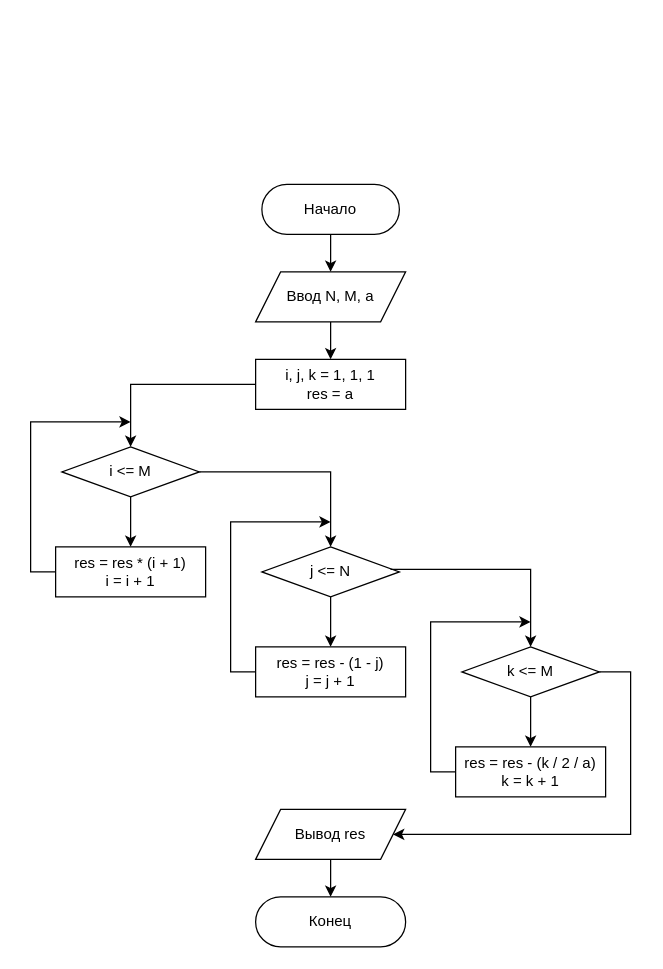
Before: Semester-2/Программирование (15)/Отчёты/3.1-while.drawio in JustyDev/University, a draw.io diagram. Source tidied: cells renumbered, new cells numbered last; positions are measured from the earlier drawing's top-left corner, leaving out a move shared by most shapes. Both pictures are drawn from the tidied source at 125%, with x=0, y=0 at pixel (30, 184).
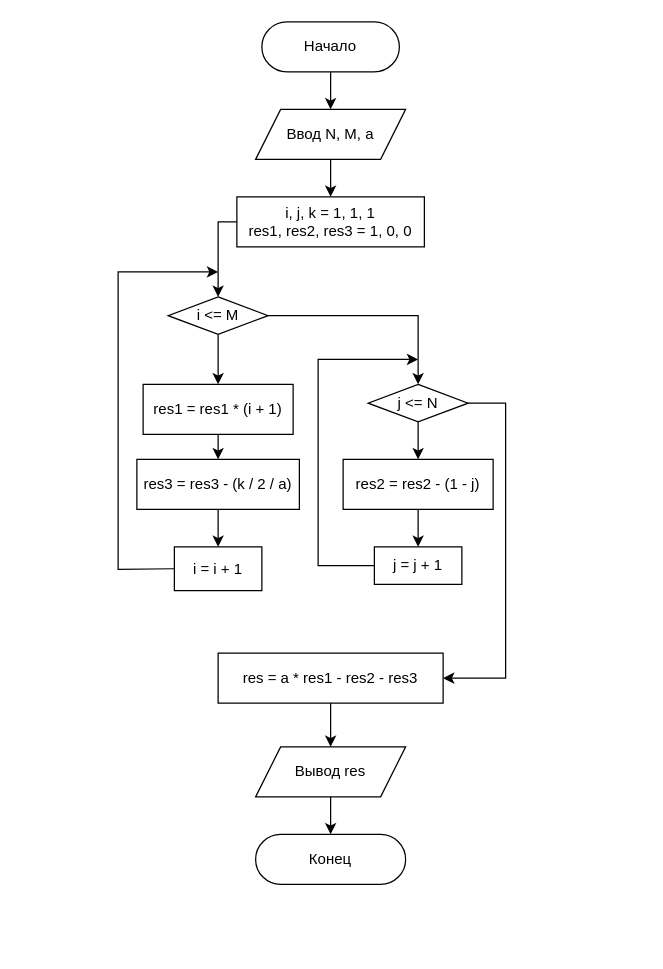
After the change.

What changed in the source:
```diff
@@
     <mxCell id="2" value="Начало" style="rounded=1;whiteSpace=wrap;html=1;arcSize=50;" parent="1" vertex="1">
-      <mxGeometry x="185" width="110" height="40" as="geometry" />
+      <mxGeometry x="185" y="-130" width="110" height="40" as="geometry" />
     </mxCell>
     <mxCell id="3" value="Ввод N, M, a" style="shape=parallelogram;perimeter=parallelogramPerimeter;whiteSpace=wrap;html=1;fixedSize=1;" parent="1" vertex="1">
-      <mxGeometry x="180" y="70" width="120" height="40" as="geometry" />
+      <mxGeometry x="180" y="-60" width="120" height="40" as="geometry" />
     </mxCell>
+    <mxCell id="26" style="endArrow=classic;html=1;rounded=0;exitX=0.5;exitY=1;exitDx=0;exitDy=0;entryX=0.5;entryY=0;entryDx=0;entryDy=0;" parent="1" edge="1" target="28">
+      <mxGeometry relative="1" as="geometry">
+        <mxPoint x="150" y="120" as="sourcePoint" />
+      </mxGeometry>
+    </mxCell>
+    <mxCell id="27" value="i, j, k = 1, 1, 1&lt;div&gt;res1, res2, res3 = 1, 0, 0&lt;/div&gt;" style="rounded=0;whiteSpace=wrap;html=1;" parent="1" vertex="1">
+      <mxGeometry x="165" y="10" width="150" height="40" as="geometry" />
+    </mxCell>
+    <mxCell id="28" value="res1 = res1 * (i + 1)" style="rounded=0;whiteSpace=wrap;html=1;" parent="1" vertex="1">
+      <mxGeometry x="90" y="160" width="120" height="40" as="geometry" />
+    </mxCell>
+    <mxCell id="29" style="endArrow=classic;html=1;rounded=0;exitX=0.5;exitY=1;exitDx=0;exitDy=0;" parent="1" edge="1" source="28">
+      <mxGeometry relative="1" as="geometry">
+        <mxPoint x="150" y="220" as="targetPoint" />
+      </mxGeometry>
+    </mxCell>
+    <mxCell id="30" style="endArrow=classic;html=1;rounded=0;exitX=0;exitY=0.5;exitDx=0;exitDy=0;" parent="1" edge="1" source="43">
+      <mxGeometry relative="1" as="geometry">
+        <mxPoint x="150" y="70" as="targetPoint" />
+        <Array as="points">
+          <mxPoint x="70" y="308" />
+          <mxPoint x="70" y="70" />
+        </Array>
+      </mxGeometry>
+    </mxCell>
+    <mxCell id="9" style="endArrow=classic;html=1;rounded=0;exitX=0.5;exitY=1;exitDx=0;exitDy=0;entryX=0.5;entryY=0;entryDx=0;entryDy=0;" parent="1" edge="1" source="2" target="3">
+      <mxGeometry relative="1" as="geometry" />
+    </mxCell>
+    <mxCell id="31" style="endArrow=classic;html=1;rounded=0;exitX=0.5;exitY=1;exitDx=0;exitDy=0;entryX=0.5;entryY=0;entryDx=0;entryDy=0;" parent="1" edge="1" source="3" target="27">
+      <mxGeometry relative="1" as="geometry" />
+    </mxCell>
+    <mxCell id="32" style="endArrow=classic;html=1;rounded=0;exitX=0;exitY=0.5;exitDx=0;exitDy=0;entryX=0.5;entryY=0;entryDx=0;entryDy=0;" parent="1" edge="1" source="27" target="4">
+      <mxGeometry relative="1" as="geometry">
+        <Array as="points">
+          <mxPoint x="150" y="30" />
+        </Array>
+      </mxGeometry>
+    </mxCell>
+    <mxCell id="33" style="endArrow=classic;html=1;rounded=0;entryX=0.5;entryY=0;entryDx=0;entryDy=0;exitX=0.5;exitY=1;exitDx=0;exitDy=0;" parent="1" edge="1" source="12" target="34">
+      <mxGeometry relative="1" as="geometry" />
+    </mxCell>
+    <mxCell id="34" value="res2 = res2 - (1 - j)" style="rounded=0;whiteSpace=wrap;html=1;" parent="1" vertex="1">
+      <mxGeometry x="250" y="220" width="120" height="40" as="geometry" />
+    </mxCell>
+    <mxCell id="16" style="endArrow=classic;html=1;rounded=0;exitX=1;exitY=0.5;exitDx=0;exitDy=0;entryX=0.5;entryY=0;entryDx=0;entryDy=0;" parent="1" edge="1" source="4" target="12">
+      <mxGeometry relative="1" as="geometry">
+        <Array as="points">
+          <mxPoint x="310" y="105" />
+        </Array>
+      </mxGeometry>
+    </mxCell>
+    <mxCell id="35" style="endArrow=classic;html=1;rounded=0;exitX=1;exitY=0.5;exitDx=0;exitDy=0;entryX=1;entryY=0.5;entryDx=0;entryDy=0;" parent="1" edge="1" source="12" target="41">
+      <mxGeometry relative="1" as="geometry">
+        <Array as="points">
+          <mxPoint x="380" y="175" />
+          <mxPoint x="380" y="395" />
+        </Array>
+      </mxGeometry>
+    </mxCell>
+    <mxCell id="23" value="Вывод res" style="shape=parallelogram;perimeter=parallelogramPerimeter;whiteSpace=wrap;html=1;fixedSize=1;" parent="1" vertex="1">
+      <mxGeometry x="180" y="450" width="120" height="40" as="geometry" />
+    </mxCell>
+    <mxCell id="36" style="endArrow=classic;html=1;rounded=0;exitX=0.5;exitY=1;exitDx=0;exitDy=0;" parent="1" edge="1" source="23">
+      <mxGeometry relative="1" as="geometry">
+        <mxPoint x="240" y="520" as="targetPoint" />
+      </mxGeometry>
+    </mxCell>
+    <mxCell id="25" value="Конец" style="rounded=1;whiteSpace=wrap;html=1;arcSize=50;" parent="1" vertex="1">
+      <mxGeometry x="180" y="520" width="120" height="40" as="geometry" />
+    </mxCell>
+    <mxCell id="37" style="endArrow=classic;html=1;rounded=0;exitX=0.5;exitY=1;exitDx=0;exitDy=0;" parent="1" edge="1" source="34">
+      <mxGeometry relative="1" as="geometry">
+        <mxPoint x="310" y="290" as="targetPoint" />
+      </mxGeometry>
+    </mxCell>
+    <mxCell id="38" style="endArrow=classic;html=1;rounded=0;exitX=0;exitY=0.5;exitDx=0;exitDy=0;" parent="1" edge="1" source="44">
+      <mxGeometry relative="1" as="geometry">
+        <mxPoint x="310" y="140" as="targetPoint" />
+        <Array as="points">
+          <mxPoint x="230" y="305" />
+          <mxPoint x="230" y="140" />
+        </Array>
+      </mxGeometry>
+    </mxCell>
+    <mxCell id="39" value="res3 = res3 - (k / 2 / a)" style="rounded=0;whiteSpace=wrap;html=1;" parent="1" vertex="1">
+      <mxGeometry x="85" y="220" width="130" height="40" as="geometry" />
+    </mxCell>
+    <mxCell id="40" style="endArrow=classic;html=1;rounded=0;exitX=0.5;exitY=1;exitDx=0;exitDy=0;" parent="1" edge="1" source="39">
+      <mxGeometry relative="1" as="geometry">
+        <mxPoint x="150" y="290" as="targetPoint" />
+      </mxGeometry>
+    </mxCell>
+    <mxCell id="41" value="res = a * res1 - res2 - res3" style="rounded=0;whiteSpace=wrap;html=1;" parent="1" vertex="1">
+      <mxGeometry x="150" y="375" width="180" height="40" as="geometry" />
+    </mxCell>
+    <mxCell id="42" style="endArrow=classic;html=1;rounded=0;exitX=0.5;exitY=1;exitDx=0;exitDy=0;entryX=0.5;entryY=0;entryDx=0;entryDy=0;" parent="1" edge="1" source="41" target="23">
+      <mxGeometry relative="1" as="geometry" />
+    </mxCell>
     <mxCell id="4" value="i &amp;lt;= M" style="rhombus;whiteSpace=wrap;html=1;" parent="1" vertex="1">
-      <mxGeometry x="25" y="210" width="110" height="40" as="geometry" />
+      <mxGeometry x="110" y="90" width="80" height="30" as="geometry" />
     </mxCell>
-    <mxCell id="5" style="endArrow=classic;html=1;rounded=0;exitX=0.5;exitY=1;exitDx=0;exitDy=0;entryX=0.5;entryY=0;entryDx=0;entryDy=0;" parent="1" edge="1" source="4" target="7">
-      <mxGeometry relative="1" as="geometry" />
-    </mxCell>
-    <mxCell id="6" value="i, j, k = 1, 1, 1&lt;div&gt;res = a&lt;/div&gt;" style="rounded=0;whiteSpace=wrap;html=1;" parent="1" vertex="1">
-      <mxGeometry x="180" y="140" width="120" height="40" as="geometry" />
-    </mxCell>
-    <mxCell id="7" value="res = res * (i + 1)&lt;div&gt;i = i + 1&lt;/div&gt;" style="rounded=0;whiteSpace=wrap;html=1;" parent="1" vertex="1">
-      <mxGeometry x="20" y="290" width="120" height="40" as="geometry" />
-    </mxCell>
-    <mxCell id="8" style="endArrow=classic;html=1;rounded=0;exitX=0;exitY=0.5;exitDx=0;exitDy=0;" parent="1" edge="1" source="7">
-      <mxGeometry relative="1" as="geometry">
-        <mxPoint x="80" y="190" as="targetPoint" />
-        <Array as="points">
-          <mxPoint y="310" />
-          <mxPoint y="190" />
-        </Array>
-      </mxGeometry>
-    </mxCell>
-    <mxCell id="9" style="endArrow=classic;html=1;rounded=0;exitX=0.5;exitY=1;exitDx=0;exitDy=0;entryX=0.5;entryY=0;entryDx=0;entryDy=0;" parent="1" edge="1" source="2" target="3">
-      <mxGeometry relative="1" as="geometry" />
-    </mxCell>
-    <mxCell id="10" style="endArrow=classic;html=1;rounded=0;exitX=0.5;exitY=1;exitDx=0;exitDy=0;entryX=0.5;entryY=0;entryDx=0;entryDy=0;" parent="1" edge="1" source="3" target="6">
-      <mxGeometry relative="1" as="geometry" />
-    </mxCell>
-    <mxCell id="11" style="endArrow=classic;html=1;rounded=0;exitX=0;exitY=0.5;exitDx=0;exitDy=0;entryX=0.5;entryY=0;entryDx=0;entryDy=0;" parent="1" edge="1" source="6" target="4">
-      <mxGeometry relative="1" as="geometry">
-        <Array as="points">
-          <mxPoint x="80" y="160" />
-        </Array>
-      </mxGeometry>
-    </mxCell>
     <mxCell id="12" value="j &amp;lt;= N" style="rhombus;whiteSpace=wrap;html=1;" parent="1" vertex="1">
-      <mxGeometry x="185" y="290" width="110" height="40" as="geometry" />
+      <mxGeometry x="270" y="160" width="80" height="30" as="geometry" />
     </mxCell>
-    <mxCell id="13" style="endArrow=classic;html=1;rounded=0;exitX=0.5;exitY=1;exitDx=0;exitDy=0;entryX=0.5;entryY=0;entryDx=0;entryDy=0;" parent="1" edge="1" source="12" target="14">
-      <mxGeometry relative="1" as="geometry" />
-    </mxCell>
-    <mxCell id="14" value="res = res - (1 - j)&lt;div&gt;j = j&lt;span style=&quot;background-color: initial;&quot;&gt;&amp;nbsp;+ 1&lt;/span&gt;&lt;br&gt;&lt;/div&gt;" style="rounded=0;whiteSpace=wrap;html=1;" parent="1" vertex="1">
-      <mxGeometry x="180" y="370" width="120" height="40" as="geometry" />
-    </mxCell>
-    <mxCell id="15" style="endArrow=classic;html=1;rounded=0;exitX=0;exitY=0.5;exitDx=0;exitDy=0;" parent="1" edge="1" source="14">
-      <mxGeometry relative="1" as="geometry">
-        <mxPoint x="240" y="270" as="targetPoint" />
-        <Array as="points">
-          <mxPoint x="160" y="390" />
-          <mxPoint x="160" y="270" />
-        </Array>
-      </mxGeometry>
-    </mxCell>
-    <mxCell id="16" style="endArrow=classic;html=1;rounded=0;exitX=1;exitY=0.5;exitDx=0;exitDy=0;entryX=0.5;entryY=0;entryDx=0;entryDy=0;" parent="1" edge="1" source="4" target="12">
-      <mxGeometry relative="1" as="geometry">
-        <Array as="points">
-          <mxPoint x="240" y="230" />
-        </Array>
-      </mxGeometry>
-    </mxCell>
-    <mxCell id="17" value="k &amp;lt;= M" style="rhombus;whiteSpace=wrap;html=1;" parent="1" vertex="1">
-      <mxGeometry x="345" y="370" width="110" height="40" as="geometry" />
-    </mxCell>
-    <mxCell id="18" style="endArrow=classic;html=1;rounded=0;exitX=0.5;exitY=1;exitDx=0;exitDy=0;entryX=0.5;entryY=0;entryDx=0;entryDy=0;" parent="1" edge="1" source="17" target="19">
-      <mxGeometry relative="1" as="geometry" />
-    </mxCell>
-    <mxCell id="19" value="res = res - (k / 2 / a)&lt;div&gt;k = k + 1&lt;br&gt;&lt;/div&gt;" style="rounded=0;whiteSpace=wrap;html=1;" parent="1" vertex="1">
-      <mxGeometry x="340" y="450" width="120" height="40" as="geometry" />
-    </mxCell>
-    <mxCell id="20" style="endArrow=classic;html=1;rounded=0;exitX=0;exitY=0.5;exitDx=0;exitDy=0;" parent="1" edge="1" source="19">
-      <mxGeometry relative="1" as="geometry">
-        <mxPoint x="400" y="350" as="targetPoint" />
-        <Array as="points">
-          <mxPoint x="320" y="470" />
-          <mxPoint x="320" y="350" />
-        </Array>
-      </mxGeometry>
-    </mxCell>
-    <mxCell id="21" style="endArrow=classic;html=1;rounded=0;exitX=0.936;exitY=0.45;exitDx=0;exitDy=0;exitPerimeter=0;entryX=0.5;entryY=0;entryDx=0;entryDy=0;" parent="1" edge="1" source="12" target="17">
-      <mxGeometry relative="1" as="geometry">
-        <Array as="points">
-          <mxPoint x="400" y="308" />
-        </Array>
-      </mxGeometry>
-    </mxCell>
-    <mxCell id="22" style="endArrow=classic;html=1;rounded=0;exitX=1;exitY=0.5;exitDx=0;exitDy=0;" parent="1" edge="1" source="17" target="23">
-      <mxGeometry relative="1" as="geometry">
-        <Array as="points">
-          <mxPoint x="480" y="390" />
-          <mxPoint x="480" y="520" />
-        </Array>
-      </mxGeometry>
-    </mxCell>
-    <mxCell id="23" value="Вывод res" style="shape=parallelogram;perimeter=parallelogramPerimeter;whiteSpace=wrap;html=1;fixedSize=1;" parent="1" vertex="1">
-      <mxGeometry x="180" y="500" width="120" height="40" as="geometry" />
-    </mxCell>
-    <mxCell id="24" style="endArrow=classic;html=1;rounded=0;exitX=0.5;exitY=1;exitDx=0;exitDy=0;" parent="1" edge="1" source="23" target="25">
-      <mxGeometry relative="1" as="geometry" />
-    </mxCell>
-    <mxCell id="25" value="Конец" style="rounded=1;whiteSpace=wrap;html=1;arcSize=50;" parent="1" vertex="1">
-      <mxGeometry x="180" y="570" width="120" height="40" as="geometry" />
-    </mxCell>
+    <mxCell id="43" value="i = i + 1" style="rounded=0;whiteSpace=wrap;html=1;" parent="1" vertex="1">
+      <mxGeometry x="115" y="290" width="70" height="35" as="geometry" />
+    </mxCell>
+    <mxCell id="44" value="j = j + 1" style="rounded=0;whiteSpace=wrap;html=1;" parent="1" vertex="1">
+      <mxGeometry x="275" y="290" width="70" height="30" as="geometry" />
+    </mxCell>
```
